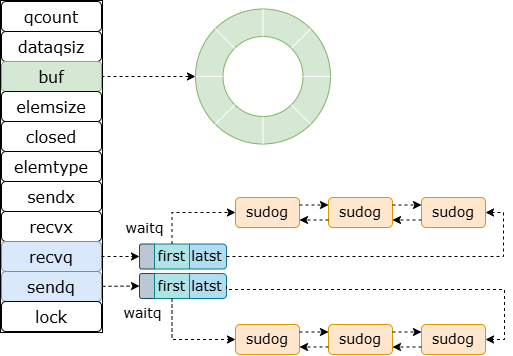
This is go/channel 结构体.drawio.png from guxdong/imgrepo, a draw.io export, as it was before one commit. Source tidied: cells renumbered, new cells last; positions are measured from the earlier drawing's top-left corner, leaving out a move shared by most shapes.
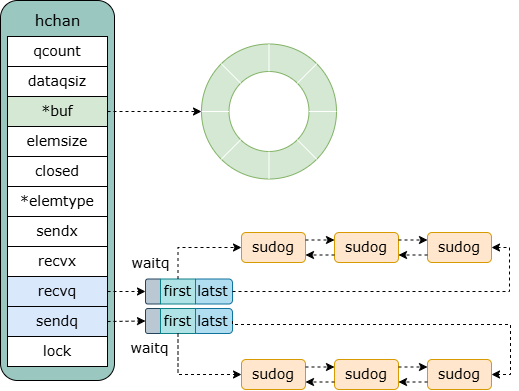
Later version of the same file.

Commit message:
更新channel 结构体.drawio.png

Diff of the diagram source:
```diff
@@ -2,6 +2,9 @@
   <root>
     <mxCell id="0" />
     <mxCell id="1" parent="0" />
+    <mxCell id="15" style="rounded=1;whiteSpace=wrap;html=1;fontFamily=Verdana;fontSize=16;fillColor=#9AC7BF;" parent="1" vertex="1">
+      <mxGeometry x="-6" y="-35" width="114" height="380" as="geometry" />
+    </mxCell>
     <mxCell id="2" style="endArrow=classic;html=1;rounded=0;exitX=1;exitY=0.5;exitDx=0;exitDy=0;entryX=0;entryY=0.5;entryDx=0;entryDy=0;dashed=1;" parent="1" edge="1" source="18" target="4">
       <mxGeometry relative="1" as="geometry" />
     </mxCell>
@@ -38,43 +41,37 @@
     <mxCell id="13" style="endArrow=none;html=1;rounded=0;entryX=0;entryY=0;entryDx=0;entryDy=0;exitX=0;exitY=0;exitDx=0;exitDy=0;strokeWidth=1;strokeColor=#FFFFFF;" parent="3" edge="1" source="4" target="5">
       <mxGeometry relative="1" as="geometry" />
     </mxCell>
-    <mxCell id="14" style="group;fillColor=#ffe6cc;strokeColor=#d79b00;fontFamily=Verdana;fontSize=16;" parent="1" vertex="1">
-      <mxGeometry width="82" height="332" as="geometry" />
-    </mxCell>
-    <mxCell id="15" style="rounded=0;whiteSpace=wrap;html=1;fontFamily=Verdana;fontSize=16;" parent="1" vertex="1">
-      <mxGeometry width="102" height="332" as="geometry" />
-    </mxCell>
-    <mxCell id="16" value="&lt;font style=&quot;font-size: 16px;&quot;&gt;qcount&lt;/font&gt;" style="rounded=1;whiteSpace=wrap;html=1;fontFamily=Verdana;fontSize=16;" parent="1" vertex="1">
+    <mxCell id="16" value="&lt;font&gt;qcount&lt;/font&gt;" style="rounded=0;whiteSpace=wrap;html=1;fontFamily=Verdana;fontSize=14;" parent="1" vertex="1">
       <mxGeometry x="1" y="1" width="100" height="30" as="geometry" />
     </mxCell>
-    <mxCell id="17" value="&lt;span style=&quot;font-size: 16px;&quot;&gt;dataqsiz&lt;/span&gt;" style="rounded=1;whiteSpace=wrap;html=1;fontFamily=Verdana;fontSize=16;" parent="1" vertex="1">
+    <mxCell id="17" value="&lt;span&gt;dataqsiz&lt;/span&gt;" style="rounded=0;whiteSpace=wrap;html=1;fontFamily=Verdana;fontSize=14;" parent="1" vertex="1">
       <mxGeometry x="1" y="31" width="100" height="30" as="geometry" />
     </mxCell>
-    <mxCell id="18" value="&lt;span style=&quot;font-size: 16px;&quot;&gt;buf&lt;/span&gt;" style="rounded=1;whiteSpace=wrap;html=1;fontFamily=Verdana;fontSize=16;fillColor=#d5e8d4;strokeColor=#82b366;" parent="1" vertex="1">
+    <mxCell id="18" value="&lt;span&gt;*buf&lt;/span&gt;" style="rounded=0;whiteSpace=wrap;html=1;fontFamily=Verdana;fontSize=14;fillColor=#d5e8d4;strokeColor=#000000;" parent="1" vertex="1">
       <mxGeometry x="1" y="61" width="100" height="30" as="geometry" />
     </mxCell>
-    <mxCell id="19" value="&lt;span style=&quot;font-size: 16px;&quot;&gt;elemsize&lt;/span&gt;" style="rounded=1;whiteSpace=wrap;html=1;fontFamily=Verdana;fontSize=16;" parent="1" vertex="1">
+    <mxCell id="19" value="&lt;span&gt;elemsize&lt;/span&gt;" style="rounded=0;whiteSpace=wrap;html=1;fontFamily=Verdana;fontSize=14;" parent="1" vertex="1">
       <mxGeometry x="1" y="91" width="100" height="30" as="geometry" />
     </mxCell>
-    <mxCell id="20" value="&lt;span style=&quot;font-size: 16px;&quot;&gt;closed&lt;/span&gt;" style="rounded=1;whiteSpace=wrap;html=1;fontFamily=Verdana;fontSize=16;" parent="1" vertex="1">
+    <mxCell id="20" value="&lt;span&gt;closed&lt;/span&gt;" style="rounded=0;whiteSpace=wrap;html=1;fontFamily=Verdana;fontSize=14;" parent="1" vertex="1">
       <mxGeometry x="1" y="121" width="100" height="30" as="geometry" />
     </mxCell>
-    <mxCell id="21" value="&lt;div style=&quot;text-align: start; font-size: 16px;&quot;&gt;&lt;span style=&quot;font-size: 16px;&quot;&gt;elemtype&lt;/span&gt;&lt;/div&gt;" style="rounded=1;whiteSpace=wrap;html=1;fontFamily=Verdana;fontSize=16;" parent="1" vertex="1">
+    <mxCell id="21" value="&lt;div style=&quot;text-align: start;&quot;&gt;&lt;span&gt;*elemtype&lt;/span&gt;&lt;/div&gt;" style="rounded=0;whiteSpace=wrap;html=1;fontFamily=Verdana;fontSize=14;" parent="1" vertex="1">
       <mxGeometry x="1" y="151" width="100" height="30" as="geometry" />
     </mxCell>
-    <mxCell id="22" value="&lt;span style=&quot;font-size: 16px;&quot;&gt;sendx&lt;/span&gt;" style="rounded=1;whiteSpace=wrap;html=1;fontFamily=Verdana;fontSize=16;" parent="1" vertex="1">
+    <mxCell id="22" value="&lt;span&gt;sendx&lt;/span&gt;" style="rounded=0;whiteSpace=wrap;html=1;fontFamily=Verdana;fontSize=14;" parent="1" vertex="1">
       <mxGeometry x="1" y="181" width="100" height="30" as="geometry" />
     </mxCell>
-    <mxCell id="23" value="&lt;span style=&quot;font-size: 16px;&quot;&gt;recvx&lt;/span&gt;" style="rounded=1;whiteSpace=wrap;html=1;fontFamily=Verdana;fontSize=16;" parent="1" vertex="1">
+    <mxCell id="23" value="&lt;span&gt;recvx&lt;/span&gt;" style="rounded=0;whiteSpace=wrap;html=1;fontFamily=Verdana;fontSize=14;" parent="1" vertex="1">
       <mxGeometry x="1" y="211" width="100" height="30" as="geometry" />
     </mxCell>
-    <mxCell id="24" value="&lt;span style=&quot;font-size: 16px;&quot;&gt;recvq&lt;/span&gt;" style="rounded=1;whiteSpace=wrap;html=1;fontFamily=Verdana;fontSize=16;fillColor=#dae8fc;strokeColor=#6c8ebf;" parent="1" vertex="1">
+    <mxCell id="24" value="&lt;span&gt;recvq&lt;/span&gt;" style="rounded=0;whiteSpace=wrap;html=1;fontFamily=Verdana;fontSize=14;fillColor=#dae8fc;strokeColor=#000000;" parent="1" vertex="1">
       <mxGeometry x="1" y="241" width="100" height="30" as="geometry" />
     </mxCell>
-    <mxCell id="25" value="&lt;span style=&quot;font-size: 16px;&quot;&gt;sendq&lt;/span&gt;" style="rounded=1;whiteSpace=wrap;html=1;fontFamily=Verdana;fontSize=16;fillColor=#dae8fc;strokeColor=#6c8ebf;" parent="1" vertex="1">
+    <mxCell id="25" value="&lt;span&gt;sendq&lt;/span&gt;" style="rounded=0;whiteSpace=wrap;html=1;fontFamily=Verdana;fontSize=14;fillColor=#dae8fc;strokeColor=#000000;" parent="1" vertex="1">
       <mxGeometry x="1" y="271" width="100" height="30" as="geometry" />
     </mxCell>
-    <mxCell id="26" value="&lt;span style=&quot;font-size: 16px;&quot;&gt;lock&lt;/span&gt;" style="rounded=1;whiteSpace=wrap;html=1;fontFamily=Verdana;fontSize=16;" parent="1" vertex="1">
+    <mxCell id="26" value="&lt;span&gt;lock&lt;/span&gt;" style="rounded=0;whiteSpace=wrap;html=1;fontFamily=Verdana;fontSize=14;" parent="1" vertex="1">
       <mxGeometry x="1" y="301" width="100" height="30" as="geometry" />
     </mxCell>
     <mxCell id="27" value="&lt;font face=&quot;Verdana&quot; style=&quot;font-size: 14px;&quot;&gt;sudog&lt;/font&gt;" style="rounded=1;whiteSpace=wrap;html=1;fillColor=#ffe6cc;strokeColor=#d79b00;" parent="1" vertex="1">
@@ -168,14 +165,17 @@
     <mxCell id="53" style="endArrow=classic;html=1;rounded=0;exitX=1;exitY=0.5;exitDx=0;exitDy=0;entryX=0;entryY=0.5;entryDx=0;entryDy=0;dashed=1;" parent="1" edge="1" source="24" target="29">
       <mxGeometry relative="1" as="geometry" />
     </mxCell>
-    <mxCell id="54" style="endArrow=classic;html=1;rounded=0;exitX=1;exitY=0.861;exitDx=0;exitDy=0;entryX=0;entryY=0.5;entryDx=0;entryDy=0;exitPerimeter=0;dashed=1;" parent="1" edge="1" source="15" target="33">
-      <mxGeometry relative="1" as="geometry" />
-    </mxCell>
     <mxCell id="55" value="&lt;font style=&quot;font-size: 14px;&quot; face=&quot;Verdana&quot;&gt;waitq&lt;/font&gt;" style="text;html=1;align=center;verticalAlign=middle;strokeColor=none;fillColor=none;" parent="1" vertex="1">
       <mxGeometry x="115" y="213" width="57" height="30" as="geometry" />
     </mxCell>
     <mxCell id="56" value="&lt;font style=&quot;font-size: 14px;&quot; face=&quot;Verdana&quot;&gt;waitq&lt;/font&gt;" style="text;html=1;align=center;verticalAlign=middle;strokeColor=none;fillColor=none;" parent="1" vertex="1">
       <mxGeometry x="114" y="298" width="57" height="30" as="geometry" />
     </mxCell>
+    <mxCell id="57" style="endArrow=classic;html=1;rounded=0;entryX=0;entryY=0.5;entryDx=0;entryDy=0;exitX=1;exitY=0.5;exitDx=0;exitDy=0;dashed=1;" parent="1" edge="1" source="25" target="33">
+      <mxGeometry relative="1" as="geometry" />
+    </mxCell>
+    <mxCell id="58" value="&lt;font face=&quot;Verdana&quot; style=&quot;font-size: 15px;&quot;&gt;hchan&lt;/font&gt;" style="text;html=1;align=center;verticalAlign=middle;strokeColor=none;fillColor=none;" parent="1" vertex="1">
+      <mxGeometry x="19" y="-31" width="64" height="31" as="geometry" />
+    </mxCell>
   </root>
 </mxGraphModel>
```
